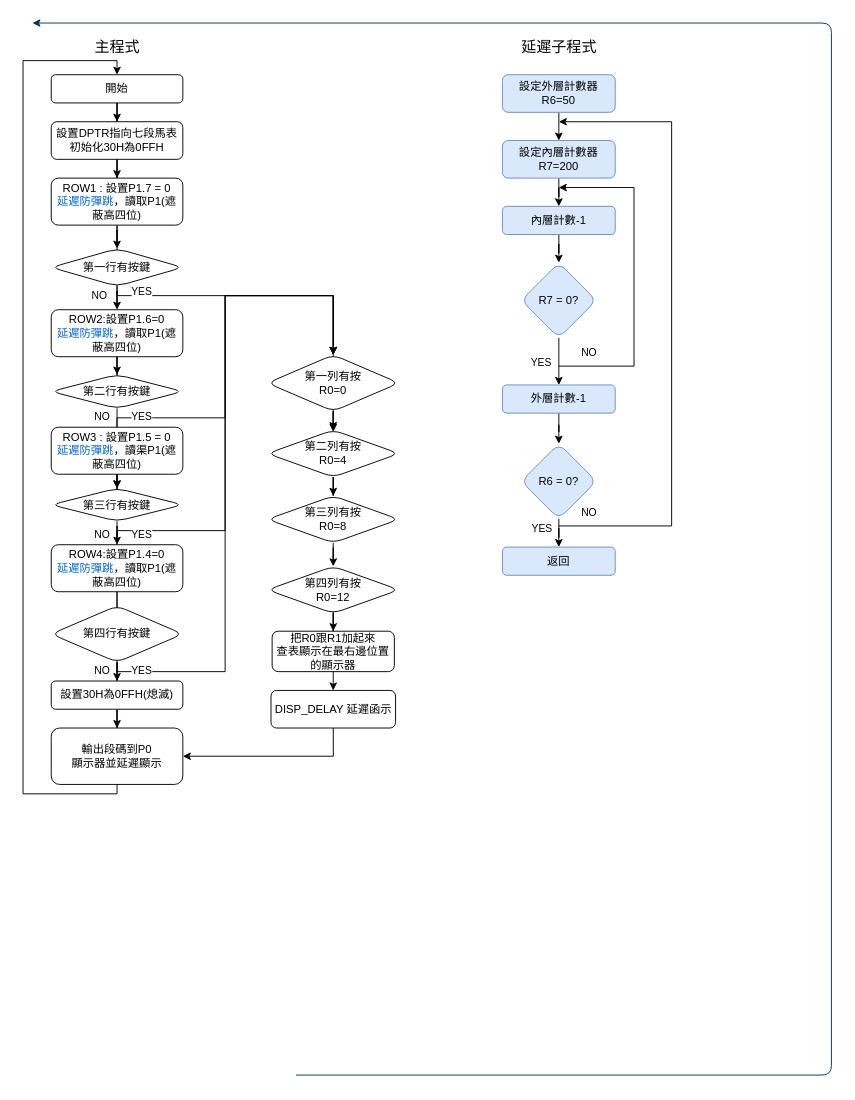
Before: 未命名绘图.drawio in piting1104/se2, a draw.io diagram. Source tidied: cells renumbered, new cells numbered last; positions are measured from the earlier drawing's top-left corner, leaving out a move shared by most shapes. Both pictures are drawn from the tidied source at 94%, with x=0, y=0 at pixel (23, 23).
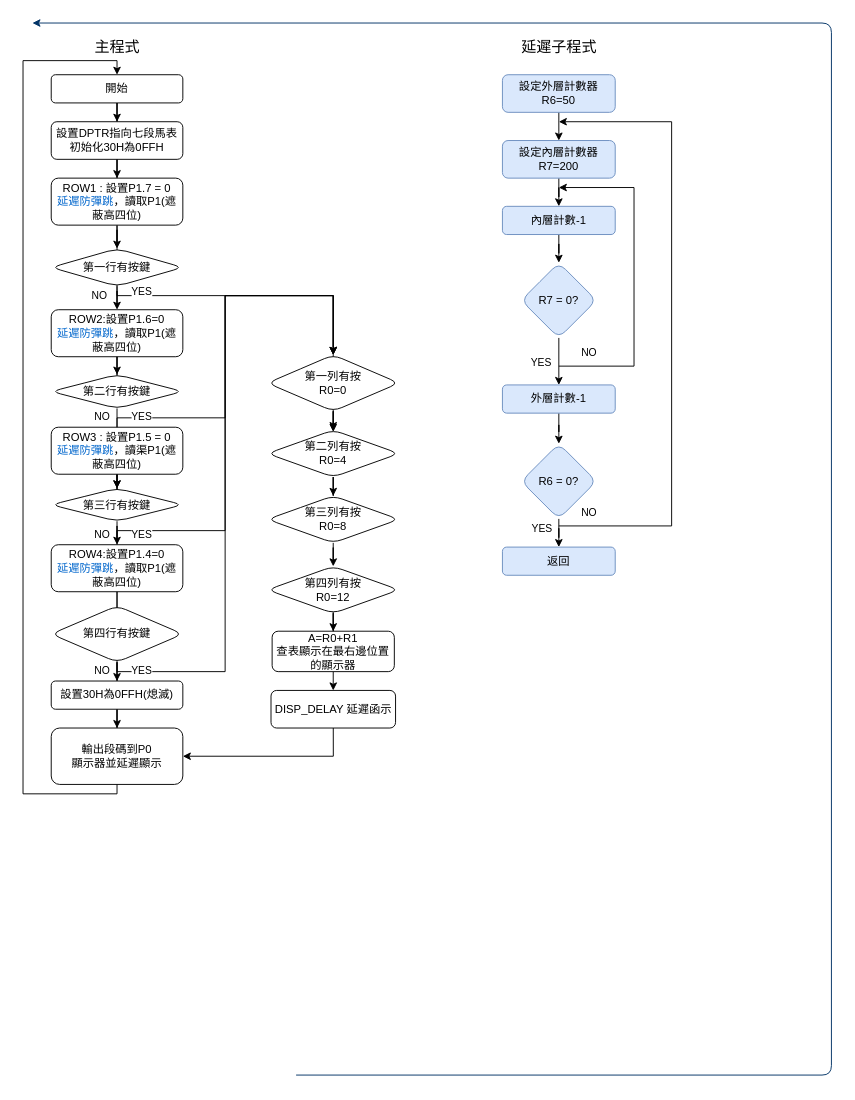
After the change.

The edit, as a diff of the source:
```diff
@@
-    <mxCell id="46" value="把R0跟R1加起來&lt;div&gt;查表顯示在最右邊位置的顯示器&lt;/div&gt;" style="whiteSpace=wrap;html=1;rounded=1;" parent="1" vertex="1">
+    <mxCell id="46" value="A=R0+R1&lt;div&gt;查表顯示在最右邊位置的顯示器&lt;/div&gt;" style="whiteSpace=wrap;html=1;rounded=1;" parent="1" vertex="1">
       <mxGeometry x="265" y="647" width="130" height="43" as="geometry" />
     </mxCell>
```
